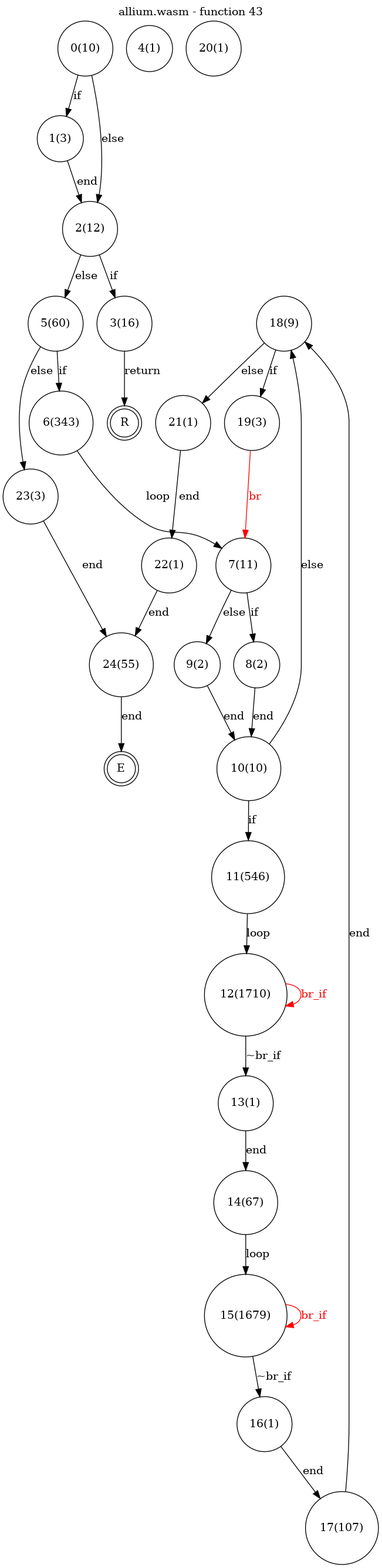
This is test_cases/allium/funcs/allium-func43.png from jsCarleton/wanalyze, a Graphviz export, as it was before one commit. Its source is kept beside it as test_cases/allium/funcs/allium-func43.dot.
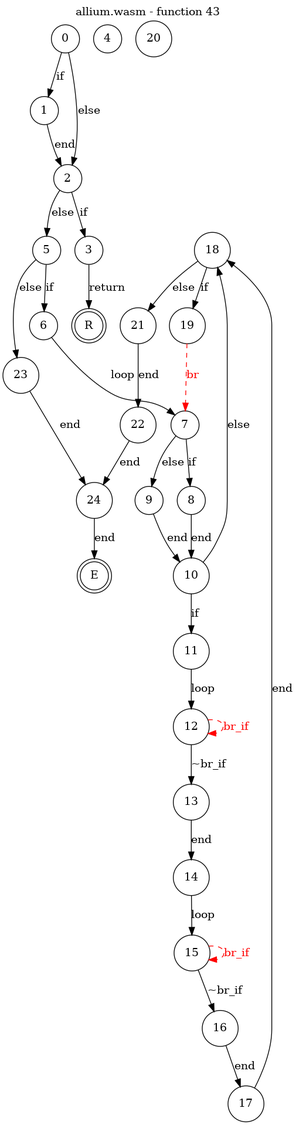
After the commit.

The edit, as a diff of the source:
```diff
@@ -5,31 +5,31 @@
     labelfontcolor = black
     labelfontname = "Helvetica"
     node [shape = doublecircle]; E R ;
-node [shape=circle, fontcolor=black, style="", label="0(10)"]0
-node [shape=circle, fontcolor=black, style="", label="1(3)"]1
-node [shape=circle, fontcolor=black, style="", label="2(12)"]2
-node [shape=circle, fontcolor=black, style="", label="3(16)"]3
-node [shape=circle, fontcolor=black, style="", label="4(1)"]4
-node [shape=circle, fontcolor=black, style="", label="5(60)"]5
-node [shape=circle, fontcolor=black, style="", label="6(343)"]6
-node [shape=circle, fontcolor=black, style="", label="7(11)"]7
-node [shape=circle, fontcolor=black, style="", label="8(2)"]8
-node [shape=circle, fontcolor=black, style="", label="9(2)"]9
-node [shape=circle, fontcolor=black, style="", label="10(10)"]10
-node [shape=circle, fontcolor=black, style="", label="11(546)"]11
-node [shape=circle, fontcolor=black, style="", label="12(1710)"]12
-node [shape=circle, fontcolor=black, style="", label="13(1)"]13
-node [shape=circle, fontcolor=black, style="", label="14(67)"]14
-node [shape=circle, fontcolor=black, style="", label="15(1679)"]15
-node [shape=circle, fontcolor=black, style="", label="16(1)"]16
-node [shape=circle, fontcolor=black, style="", label="17(107)"]17
-node [shape=circle, fontcolor=black, style="", label="18(9)"]18
-node [shape=circle, fontcolor=black, style="", label="19(3)"]19
-node [shape=circle, fontcolor=black, style="", label="20(1)"]20
-node [shape=circle, fontcolor=black, style="", label="21(1)"]21
-node [shape=circle, fontcolor=black, style="", label="22(1)"]22
-node [shape=circle, fontcolor=black, style="", label="23(3)"]23
-node [shape=circle, fontcolor=black, style="", label="24(55)"]24
+node [shape=circle, fontcolor=black, style="", label="0"]0
+node [shape=circle, fontcolor=black, style="", label="1"]1
+node [shape=circle, fontcolor=black, style="", label="2"]2
+node [shape=circle, fontcolor=black, style="", label="3"]3
+node [shape=circle, fontcolor=black, style="", label="4"]4
+node [shape=circle, fontcolor=black, style="", label="5"]5
+node [shape=circle, fontcolor=black, style="", label="6"]6
+node [shape=circle, fontcolor=black, style="", label="7"]7
+node [shape=circle, fontcolor=black, style="", label="8"]8
+node [shape=circle, fontcolor=black, style="", label="9"]9
+node [shape=circle, fontcolor=black, style="", label="10"]10
+node [shape=circle, fontcolor=black, style="", label="11"]11
+node [shape=circle, fontcolor=black, style="", label="12"]12
+node [shape=circle, fontcolor=black, style="", label="13"]13
+node [shape=circle, fontcolor=black, style="", label="14"]14
+node [shape=circle, fontcolor=black, style="", label="15"]15
+node [shape=circle, fontcolor=black, style="", label="16"]16
+node [shape=circle, fontcolor=black, style="", label="17"]17
+node [shape=circle, fontcolor=black, style="", label="18"]18
+node [shape=circle, fontcolor=black, style="", label="19"]19
+node [shape=circle, fontcolor=black, style="", label="20"]20
+node [shape=circle, fontcolor=black, style="", label="21"]21
+node [shape=circle, fontcolor=black, style="", label="22"]22
+node [shape=circle, fontcolor=black, style="", label="23"]23
+node [shape=circle, fontcolor=black, style="", label="24"]24
 node [shape=circle, fontcolor=black, style="", label="E"]E
 node [shape=circle, fontcolor=black, style="", label="R"]R
     0 -> 1[label="if"];
@@ -49,16 +49,16 @@
     10 -> 18[label="else"];
     11 -> 12[label="loop"];
     12 -> 13[label="~br_if"];
-    12 -> 12[color="red" fontcolor="red" label="br_if"];
+    12 -> 12[style="dashed" color="red" fontcolor="red" label="br_if"];
     13 -> 14[label="end"];
     14 -> 15[label="loop"];
     15 -> 16[label="~br_if"];
-    15 -> 15[color="red" fontcolor="red" label="br_if"];
+    15 -> 15[style="dashed" color="red" fontcolor="red" label="br_if"];
     16 -> 17[label="end"];
     17 -> 18[label="end"];
     18 -> 19[label="if"];
     18 -> 21[label="else"];
-    19 -> 7[color="red" fontcolor="red" label="br"];
+    19 -> 7[style="dashed" color="red" fontcolor="red" label="br"];
     21 -> 22[label="end"];
     22 -> 24[label="end"];
     23 -> 24[label="end"];
```
